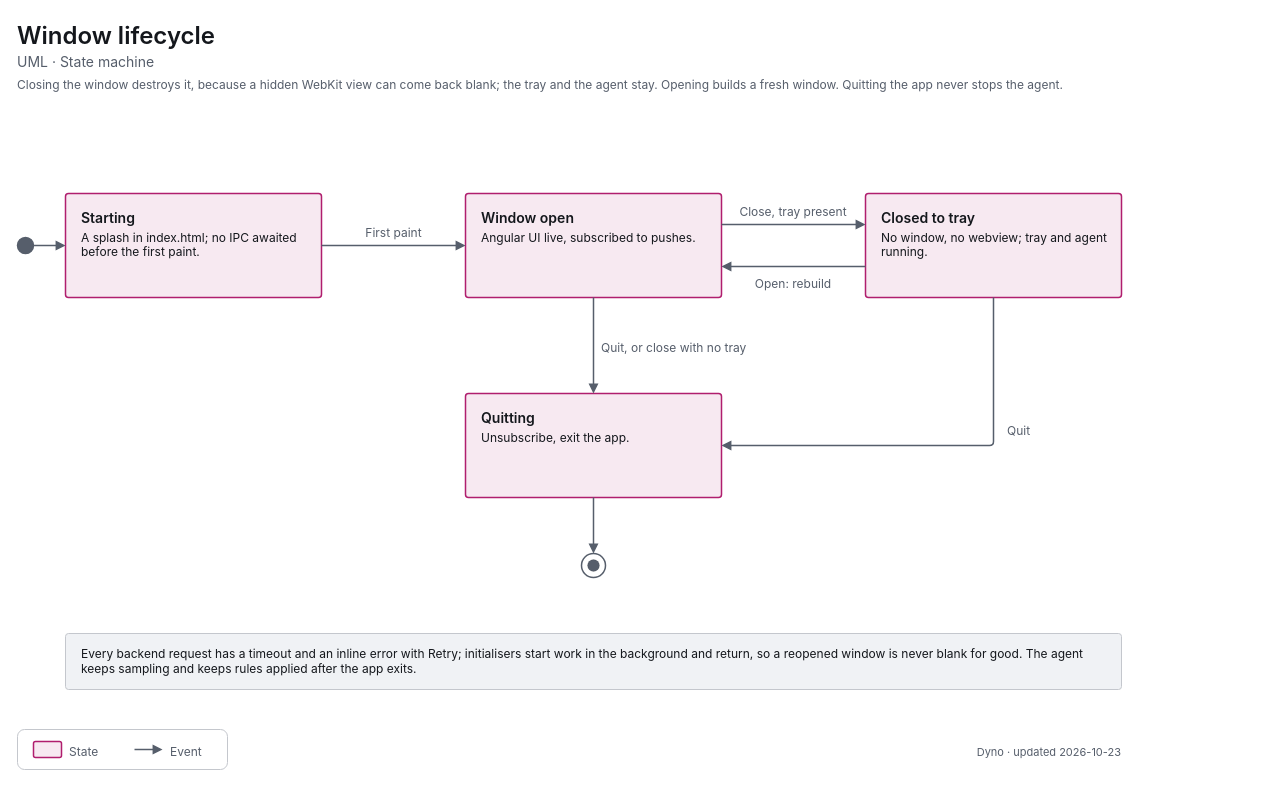
This is apps/dyno/diagrams/uml-state-window.drawio from decryp7/paddock, a draw.io file, before an edit. Source tidied: cells renumbered, new cells numbered last; positions are measured from the earlier drawing's top-left corner, leaving out a move shared by most shapes. Both pictures are drawn from the tidied source at 100%, with x=0, y=0 at pixel (17, 17).
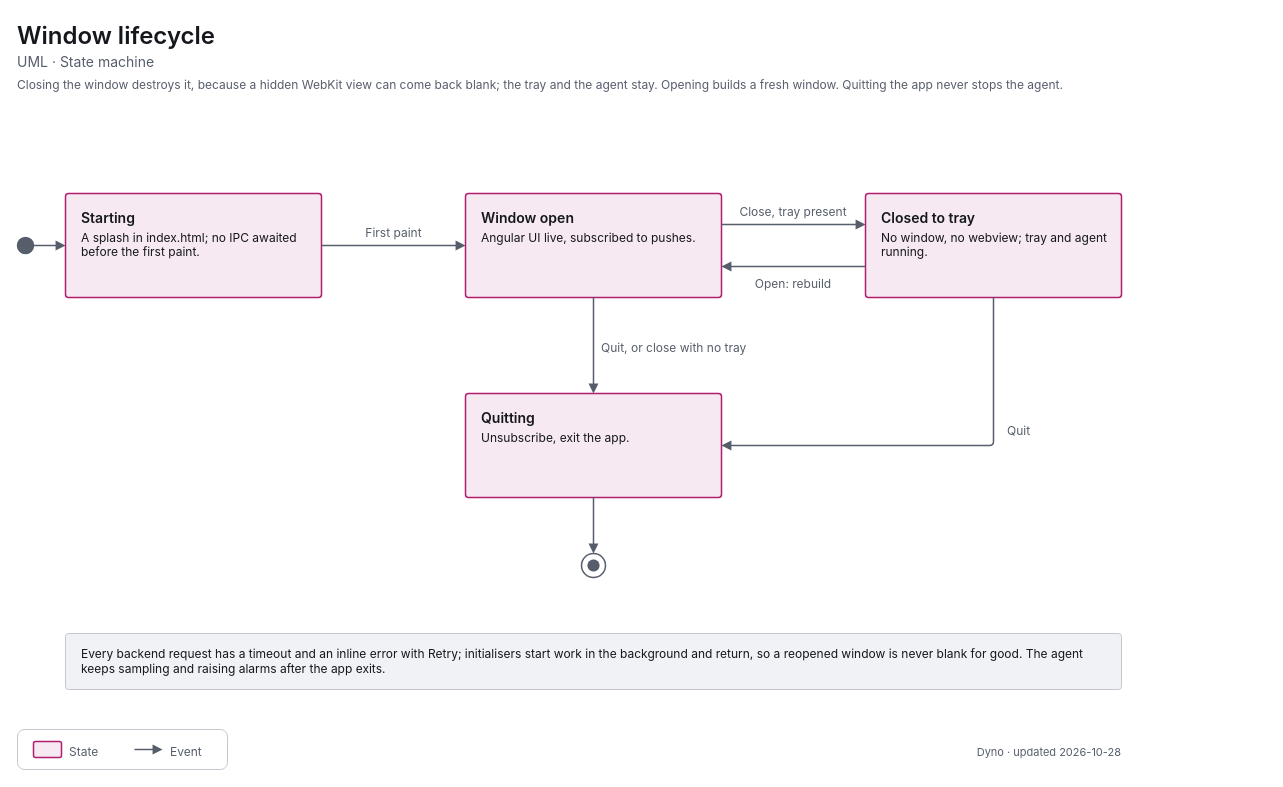
The same diagram, later.

The edit, as a diff of the source:
```diff
@@
-    <mxCell id="24" value="&lt;span style=&quot;font-size:12px&quot;&gt;Every backend request has a timeout and an inline error with Retry; initialisers start work in the background and return, so a reopened window is never blank for good. The agent keeps sampling and keeps rules applied after the app exits.&lt;/span&gt;" style="html=1;whiteSpace=wrap;fontFamily=-apple-system,BlinkMacSystemFont,Segoe UI,system-ui,sans-serif;fontSize=12;fontColor=light-dark(#14171C,#ECEEF1);rounded=1;absoluteArcSize=1;arcSize=6;strokeWidth=1;strokeColor=light-dark(#C4C7CD,#353A42);fillColor=light-dark(#F0F2F5,#1B1E23);align=left;verticalAlign=middle;spacingLeft=14;spacingRight=14;" parent="1" vertex="1">
+    <mxCell id="24" value="&lt;span style=&quot;font-size:12px&quot;&gt;Every backend request has a timeout and an inline error with Retry; initialisers start work in the background and return, so a reopened window is never blank for good. The agent keeps sampling and raising alarms after the app exits.&lt;/span&gt;" style="html=1;whiteSpace=wrap;fontFamily=-apple-system,BlinkMacSystemFont,Segoe UI,system-ui,sans-serif;fontSize=12;fontColor=light-dark(#14171C,#ECEEF1);rounded=1;absoluteArcSize=1;arcSize=6;strokeWidth=1;strokeColor=light-dark(#C4C7CD,#353A42);fillColor=light-dark(#F0F2F5,#1B1E23);align=left;verticalAlign=middle;spacingLeft=14;spacingRight=14;" parent="1" vertex="1">
       <mxGeometry x="48" y="616" width="1056" height="56" as="geometry" />
     </mxCell>
@@
-    <mxCell id="30" value="&lt;span style=&quot;font-size:11px;font-weight:400&quot;&gt;Dyno · updated 2026-10-23&lt;/span&gt;" style="html=1;whiteSpace=wrap;fontFamily=-apple-system,BlinkMacSystemFont,Segoe UI,system-ui,sans-serif;fontSize=12;fontColor=light-dark(#14171C,#ECEEF1);text;strokeColor=none;fillColor=none;align=right;verticalAlign=top;spacing=0;fontColor=light-dark(#565E6B,#A0A7B2);" parent="1" vertex="1">
+    <mxCell id="30" value="&lt;span style=&quot;font-size:11px;font-weight:400&quot;&gt;Dyno · updated 2026-10-28&lt;/span&gt;" style="html=1;whiteSpace=wrap;fontFamily=-apple-system,BlinkMacSystemFont,Segoe UI,system-ui,sans-serif;fontSize=12;fontColor=light-dark(#14171C,#ECEEF1);text;strokeColor=none;fillColor=none;align=right;verticalAlign=top;spacing=0;fontColor=light-dark(#565E6B,#A0A7B2);" parent="1" vertex="1">
       <mxGeometry x="744" y="723" width="360" height="18" as="geometry" />
     </mxCell>
```
